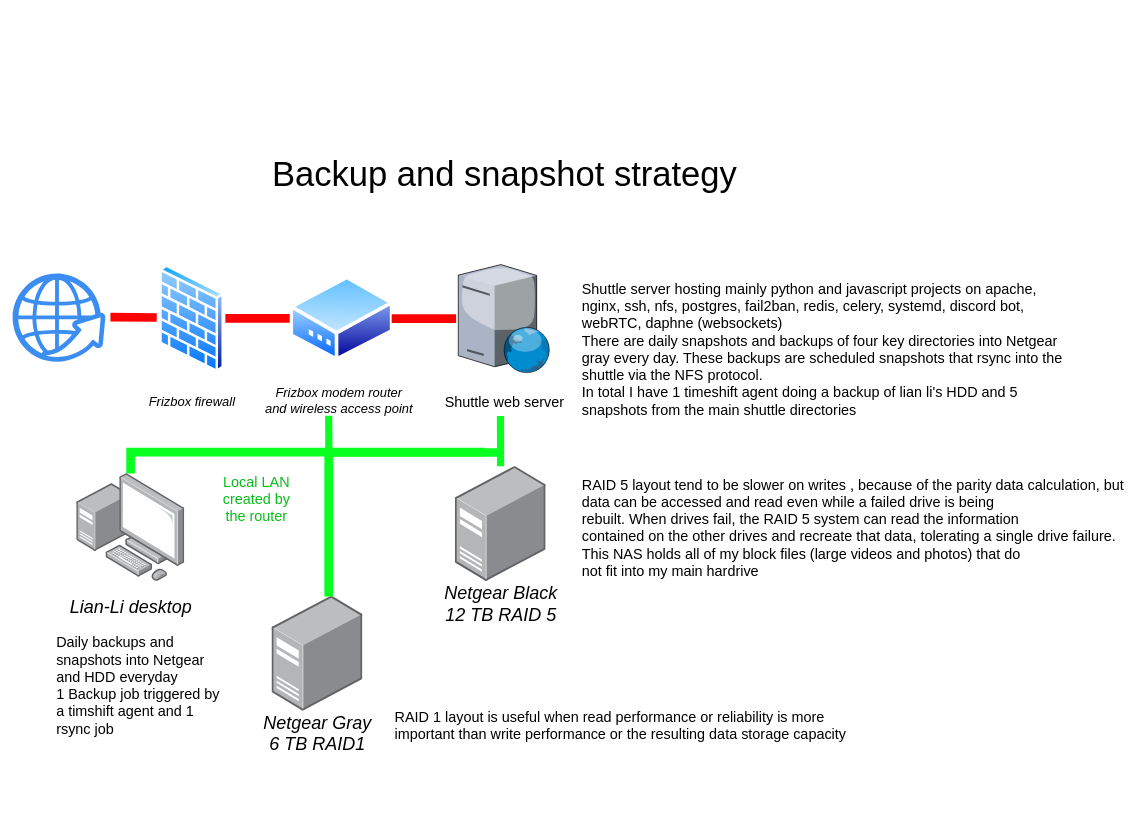
Above: backup strategy.drawio in hupratt/aws-scripting (draw.io), before the change. Source tidied: cells renumbered, new cells numbered last; positions are measured from the earlier drawing's top-left corner, leaving out a move shared by most shapes. Both pictures are drawn from the tidied source at 72%, with x=0, y=0 at pixel (12, 149).
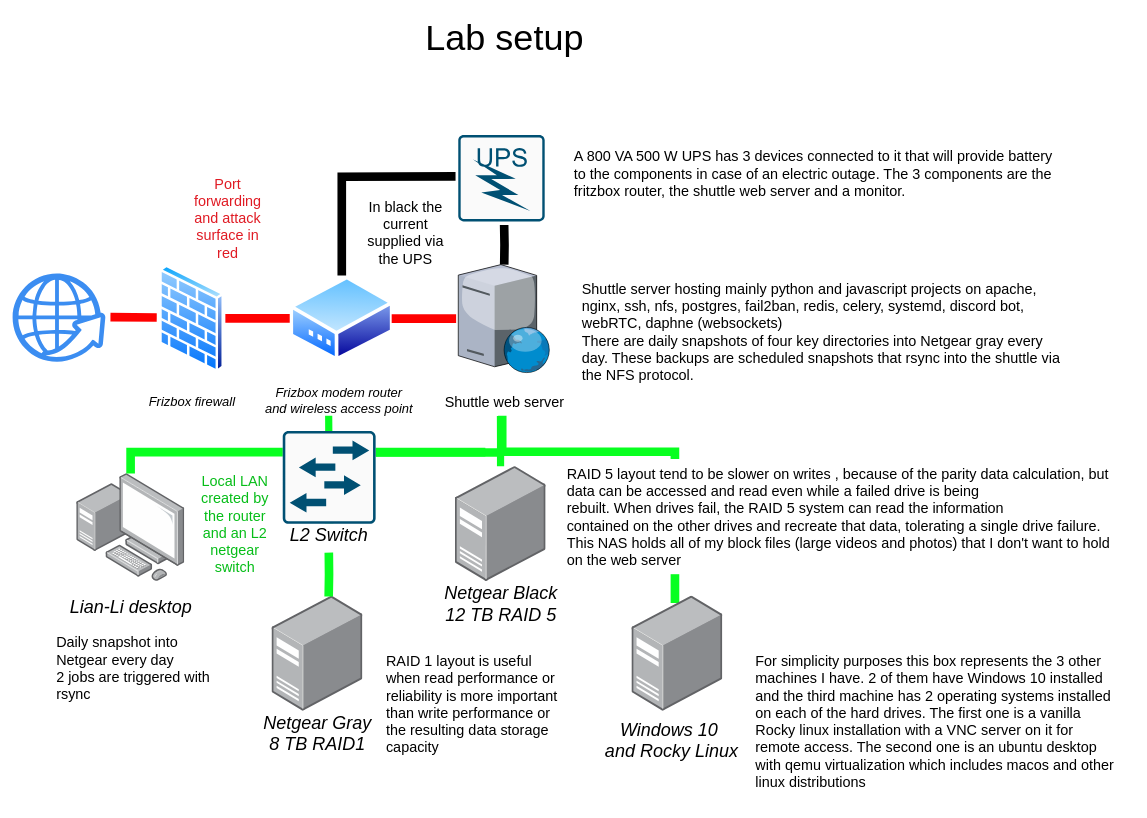
The same diagram, later.

Unchanged cells that the change refers to:
```xml
<mxCell id="7" style="points=[];html=1;align=center;shadow=0;dashed=0;image;image=img/lib/allied_telesis/computer_and_terminals/Personal_Computer_with_Server.svg;fontSize=25;" parent="1" vertex="1">
  <mxGeometry x="88.9" y="450" width="150" height="150" as="geometry" />
</mxCell>
<mxCell id="8" style="verticalLabelPosition=bottom;sketch=0;html=1;verticalAlign=top;strokeColor=none;align=center;outlineConnect=0;shape=mxgraph.citrix.web_server;fontSize=25;" parent="1" vertex="1">
  <mxGeometry x="619" y="160" width="127.5" height="150" as="geometry" />
</mxCell>
<mxCell id="9" style="perimeter=ellipsePerimeter;html=1;align=center;shadow=0;dashed=0;spacingTop=3;image;image=img/lib/active_directory/modem.svg;fontSize=25;" parent="1" vertex="1">
  <mxGeometry x="384.9" y="175" width="144.6" height="120" as="geometry" />
</mxCell>
<mxCell id="15" value="&lt;font style=&quot;font-size: 20px;&quot;&gt;Shuttle web server&lt;/font&gt;" style="text;html=1;align=center;verticalAlign=middle;points=[];strokeColor=none;fillColor=none;" parent="1" vertex="1">
  <mxGeometry x="587.7" y="330" width="190" height="40" as="geometry" />
</mxCell>
```

What changed in the source:
```diff
@@
-    <mxCell id="5" value="&lt;div&gt;&lt;font style=&quot;font-size: 25px;&quot;&gt;&lt;i&gt;&lt;font style=&quot;font-size: 25px;&quot;&gt;Netgear Gray&lt;/font&gt;&lt;/i&gt;&lt;/font&gt;&lt;/div&gt;&lt;div&gt;&lt;font style=&quot;font-size: 25px;&quot;&gt;&lt;i&gt;&lt;font style=&quot;font-size: 25px;&quot;&gt;6 TB RAID1&lt;br&gt;&lt;/font&gt;&lt;/i&gt;&lt;/font&gt;&lt;/div&gt;" style="text;html=1;align=center;verticalAlign=middle;strokeColor=none;fillColor=none;" parent="1" vertex="1">
+    <mxCell id="5" value="&lt;div&gt;&lt;font style=&quot;font-size: 25px;&quot;&gt;&lt;i&gt;&lt;font style=&quot;font-size: 25px;&quot;&gt;Netgear Gray&lt;/font&gt;&lt;/i&gt;&lt;/font&gt;&lt;/div&gt;&lt;div&gt;&lt;font style=&quot;font-size: 25px;&quot;&gt;&lt;i&gt;&lt;font style=&quot;font-size: 25px;&quot;&gt;8 TB RAID1&lt;br&gt;&lt;/font&gt;&lt;/i&gt;&lt;/font&gt;&lt;/div&gt;" style="text;html=1;align=center;verticalAlign=middle;strokeColor=none;fillColor=none;" parent="1" vertex="1">
       <mxGeometry x="338.2" y="770" width="170" height="80" as="geometry" />
     </mxCell>
-    <mxCell id="6" style="edgeStyle=orthogonalEdgeStyle;rounded=0;jettySize=auto;html=1;fontSize=20;strokeWidth=12;strokeColor=#08FF20;endArrow=none;endFill=0;" parent="1" edge="1" source="7" target="18">
-      <mxGeometry relative="1" as="geometry" />
-    </mxCell>
@@
-    <mxCell id="16" value="RAID 5 layout tend to be slower on writes , because of the parity data calculation, but &lt;br&gt;data can be accessed and read even while a failed drive is being &lt;br&gt;rebuilt. When drives fail, the RAID 5 system can read the information &lt;br&gt;contained on the other drives and recreate that data, tolerating a single drive failure.&lt;div&gt;This NAS holds all of my block files (large videos and photos) that do &lt;br&gt;&lt;/div&gt;&lt;div&gt;not fit into my main hardrive&lt;br&gt;&lt;/div&gt;" style="text;html=1;align=left;verticalAlign=middle;fontSize=20;rounded=0;" parent="1" vertex="1">
-      <mxGeometry x="789" y="445" width="770" height="160" as="geometry" />
-    </mxCell>
     <mxCell id="17" value="RAID 1 layout is useful when read performance or reliability is more important than write performance or the resulting data storage capacity" style="text;whiteSpace=wrap;html=1;fontSize=20;" parent="1" vertex="1">
-      <mxGeometry x="529" y="770" width="670.7" height="68" as="geometry" />
+      <mxGeometry x="516.6" y="692" width="251.1" height="192" as="geometry" />
     </mxCell>
-    <mxCell id="18" style="line;strokeWidth=12;dashed=0;labelPosition=right;align=left;verticalAlign=middle;spacingTop=0;spacingLeft=6;points=[];portConstraint=eastwest;rounded=0;sketch=0;fontSize=20;strokeColor=#08FF20;" parent="1" vertex="1">
-      <mxGeometry x="208.9" y="401" width="447.7" height="39" as="geometry" />
-    </mxCell>
-    <mxCell id="19" style="edgeStyle=orthogonalEdgeStyle;rounded=0;orthogonalLoop=1;jettySize=auto;html=1;fontSize=20;strokeWidth=12;strokeColor=#08FF20;endArrow=none;endFill=0;" parent="1" edge="1">
+    <mxCell id="19" style="edgeStyle=orthogonalEdgeStyle;rounded=0;jettySize=auto;html=1;fontSize=20;strokeWidth=12;strokeColor=#08FF20;endArrow=none;endFill=0;" parent="1" edge="1" source="36">
       <mxGeometry relative="1" as="geometry">
-        <mxPoint x="439" y="621" as="sourcePoint" />
         <mxPoint x="679" y="421" as="targetPoint" />
         <Array as="points">
           <mxPoint x="439" y="421" />
         </Array>
       </mxGeometry>
     </mxCell>
@@
-    <mxCell id="22" value="&lt;font color=&quot;#06BD18&quot;&gt;Local LAN created by the router &lt;/font&gt;" style="text;html=1;strokeColor=none;fillColor=none;align=center;verticalAlign=middle;whiteSpace=wrap;rounded=0;fontSize=20;" parent="1" vertex="1">
-      <mxGeometry x="278.9" y="470" width="120" height="30" as="geometry" />
+    <mxCell id="22" value="&lt;font&gt;Local LAN created by the router and an L2 netgear switch &lt;/font&gt;" style="text;html=1;strokeColor=none;fillColor=none;align=center;verticalAlign=middle;whiteSpace=wrap;rounded=0;fontSize=20;fontColor=#06bd18;" parent="1" vertex="1">
+      <mxGeometry x="258.9" y="450" width="100" height="140" as="geometry" />
     </mxCell>
@@
-    <mxCell id="25" style="endArrow=none;html=1;rounded=0;strokeColor=#FF0000;strokeWidth=12;fontSize=20;fontColor=#06BD18;" parent="1" edge="1">
-      <mxGeometry relative="1" as="geometry">
-        <mxPoint x="135.9" y="233" as="sourcePoint" />
-        <mxPoint x="200.2" y="233.5" as="targetPoint" />
-      </mxGeometry>
-    </mxCell>
-    <mxCell id="26" value="Shuttle server hosting mainly python and javascript projects on apache, nginx, ssh, nfs, postgres, fail2ban, redis, celery, systemd, discord bot, webRTC, daphne (websockets)&lt;br&gt;There are daily snapshots and backups of four key directories into Netgear gray every day. These backups are scheduled snapshots that rsync into the shuttle via the NFS protocol.&lt;br&gt;In total I have 1 timeshift agent doing a backup of lian li's HDD and 5 snapshots from the main shuttle directories&lt;br&gt;" style="text;whiteSpace=wrap;html=1;fontSize=20;" parent="1" vertex="1">
+    <mxCell id="26" value="Shuttle server hosting mainly python and javascript projects on apache, nginx, ssh, nfs, postgres, fail2ban, redis, celery, systemd, discord bot, webRTC, daphne (websockets)&lt;br&gt;There are daily snapshots of four key directories into Netgear gray every day. These backups are scheduled snapshots that rsync into the shuttle via the NFS protocol.&lt;br&gt;" style="text;whiteSpace=wrap;html=1;fontSize=20;" parent="1" vertex="1">
       <mxGeometry x="789" y="175" width="670.7" height="169" as="geometry" />
     </mxCell>
-    <mxCell id="27" value="&lt;div&gt;Daily backups and snapshots into Netgear and HDD everyday &lt;br&gt;&lt;/div&gt;&lt;div&gt;1 Backup job triggered by a timshift agent and 1 rsync job&lt;br&gt;&lt;/div&gt;" style="text;whiteSpace=wrap;html=1;fontSize=20;" parent="1" vertex="1">
-      <mxGeometry x="58.9" y="666" width="228.8" height="244" as="geometry" />
+    <mxCell id="27" value="&lt;div&gt;Daily snapshot into Netgear every day&lt;br&gt;&lt;/div&gt;&lt;div&gt;2 jobs are triggered with rsync &lt;br&gt;&lt;/div&gt;" style="text;whiteSpace=wrap;html=1;fontSize=20;" parent="1" vertex="1">
+      <mxGeometry x="58.9" y="666" width="221.1" height="244" as="geometry" />
     </mxCell>
-    <mxCell id="28" value="&lt;font style=&quot;font-size: 48px;&quot; color=&quot;#000000&quot;&gt;Backup and snapshot strategy&lt;/font&gt;" style="text;html=1;align=center;verticalAlign=middle;strokeColor=none;fillColor=none;fontSize=20;fontColor=#06BD18;" parent="1" vertex="1">
-      <mxGeometry x="348.2" width="670" height="70" as="geometry" />
+    <mxCell id="28" value="&lt;font style=&quot;font-size: 50px;&quot; color=&quot;#000000&quot;&gt;Lab setup&lt;/font&gt;&lt;font style=&quot;font-size: 50px;&quot; color=&quot;#000000&quot;&gt;&lt;br&gt;&lt;/font&gt;" style="text;html=1;align=center;verticalAlign=middle;strokeColor=none;fillColor=none;fontSize=20;fontColor=#06BD18;" parent="1" vertex="1">
+      <mxGeometry x="562.7" y="-190" width="240" height="70" as="geometry" />
     </mxCell>
+    <mxCell id="29" style="edgeStyle=orthogonalEdgeStyle;rounded=0;jettySize=auto;html=1;exitX=0.5;exitY=1;exitDx=0;exitDy=0;exitPerimeter=0;strokeWidth=12;endArrow=none;endFill=0;" parent="1" edge="1" target="8">
+      <mxGeometry relative="1" as="geometry">
+        <mxPoint x="682.7" y="105" as="sourcePoint" />
+      </mxGeometry>
+    </mxCell>
+    <mxCell id="30" style="edgeStyle=orthogonalEdgeStyle;rounded=0;jettySize=auto;html=1;entryX=0.5;entryY=0;entryDx=0;entryDy=0;endArrow=none;endFill=0;strokeWidth=12;" parent="1" edge="1" target="9">
+      <mxGeometry relative="1" as="geometry">
+        <mxPoint x="615.2" y="37.5" as="sourcePoint" />
+      </mxGeometry>
+    </mxCell>
+    <mxCell id="31" value="A 800 VA 500 W UPS has 3 devices connected to it that will provide battery to the components in case of an electric outage. The 3 components are the fritzbox router, the shuttle web server and a monitor. " style="text;whiteSpace=wrap;html=1;fontSize=20;" parent="1" vertex="1">
+      <mxGeometry x="777.7" y="-9" width="670.7" height="169" as="geometry" />
+    </mxCell>
+    <mxCell id="32" value="&lt;font color=&quot;#e01b24&quot;&gt;Port forwarding and attack surface in red&lt;br&gt;&lt;/font&gt;" style="text;html=1;strokeColor=none;fillColor=none;align=center;verticalAlign=middle;whiteSpace=wrap;rounded=0;fontSize=20;" parent="1" vertex="1">
+      <mxGeometry x="238.9" y="80" width="120" height="30" as="geometry" />
+    </mxCell>
+    <mxCell id="25" style="endArrow=none;html=1;rounded=0;strokeColor=#FF0000;strokeWidth=12;fontSize=20;fontColor=#06BD18;" parent="1" edge="1">
+      <mxGeometry relative="1" as="geometry">
+        <mxPoint x="135.9" y="233" as="sourcePoint" />
+        <mxPoint x="200.2" y="233.5" as="targetPoint" />
+      </mxGeometry>
+    </mxCell>
+    <mxCell id="18" style="line;strokeWidth=12;dashed=0;labelPosition=right;align=left;verticalAlign=middle;spacingTop=0;spacingLeft=6;points=[];portConstraint=eastwest;rounded=0;sketch=0;fontSize=20;strokeColor=#08FF20;" parent="1" vertex="1">
+      <mxGeometry x="208.9" y="401" width="447.7" height="39" as="geometry" />
+    </mxCell>
+    <mxCell id="6" style="edgeStyle=orthogonalEdgeStyle;rounded=0;jettySize=auto;html=1;fontSize=20;strokeWidth=12;strokeColor=#08FF20;endArrow=none;endFill=0;" parent="1" edge="1" source="7" target="18">
+      <mxGeometry relative="1" as="geometry" />
+    </mxCell>
+    <mxCell id="33" value="In black the current supplied via the UPS" style="text;html=1;strokeColor=none;fillColor=none;align=center;verticalAlign=middle;whiteSpace=wrap;rounded=0;fontSize=20;" parent="1" vertex="1">
+      <mxGeometry x="486.4" y="60" width="120" height="110" as="geometry" />
+    </mxCell>
+    <mxCell id="34" style="edgeStyle=orthogonalEdgeStyle;rounded=0;jettySize=auto;html=1;fontSize=20;strokeWidth=12;strokeColor=#08FF20;endArrow=none;endFill=0;" parent="1" edge="1" source="42" target="36">
+      <mxGeometry relative="1" as="geometry" />
+    </mxCell>
+    <mxCell id="35" style="edgeStyle=orthogonalEdgeStyle;rounded=0;jettySize=auto;html=1;entryX=0.475;entryY=0.063;entryDx=0;entryDy=0;entryPerimeter=0;strokeWidth=12;endArrow=none;endFill=0;strokeColor=#08ff20;" parent="1" edge="1" source="15" target="37">
+      <mxGeometry relative="1" as="geometry">
+        <Array as="points">
+          <mxPoint x="680" y="420" />
+          <mxPoint x="920" y="420" />
+        </Array>
+      </mxGeometry>
+    </mxCell>
+    <mxCell id="36" style="sketch=0;points=[[0.015,0.015,0],[0.985,0.015,0],[0.985,0.985,0],[0.015,0.985,0],[0.25,0,0],[0.5,0,0],[0.75,0,0],[1,0.25,0],[1,0.5,0],[1,0.75,0],[0.75,1,0],[0.5,1,0],[0.25,1,0],[0,0.75,0],[0,0.5,0],[0,0.25,0]];verticalLabelPosition=bottom;html=1;verticalAlign=top;align=center;shape=mxgraph.cisco19.rect;prIcon=l2_switch;fillColor=#FAFAFA;strokeColor=#005073;" parent="1" vertex="1">
+      <mxGeometry x="375.2" y="391" width="129" height="129" as="geometry" />
+    </mxCell>
+    <mxCell id="37" style="points=[];html=1;align=center;shadow=0;dashed=0;image;image=img/lib/allied_telesis/computer_and_terminals/Server_Desktop.svg;" parent="1" vertex="1">
+      <mxGeometry x="860" y="620" width="126.2" height="160" as="geometry" />
+    </mxCell>
+    <mxCell id="16" value="RAID 5 layout tend to be slower on writes , because of the parity data calculation, but &lt;br&gt;data can be accessed and read even while a failed drive is being &lt;br&gt;rebuilt. When drives fail, the RAID 5 system can read the information &lt;br&gt;contained on the other drives and recreate that data, tolerating a single drive failure.&lt;div&gt;This NAS holds all of my block files (large videos and photos) that I don't want to hold &lt;br&gt;&lt;/div&gt;&lt;div&gt;on the web server &lt;br&gt;&lt;/div&gt;" style="text;html=1;align=left;verticalAlign=middle;fontSize=20;rounded=0;fillColor=#FFFFFF;" parent="1" vertex="1">
+      <mxGeometry x="767.7" y="430" width="780" height="160" as="geometry" />
+    </mxCell>
+    <mxCell id="38" value="For simplicity purposes this box represents the 3 other machines I have. 2 of them have Windows 10 installed and the third machine has 2 operating systems installed on each of the hard drives. The first one is a vanilla Rocky linux installation with a VNC server on it for remote access. The second one is an ubuntu desktop with qemu virtualization which includes macos and other linux distributions&amp;nbsp; " style="text;whiteSpace=wrap;html=1;fontSize=20;" parent="1" vertex="1">
+      <mxGeometry x="1030" y="692" width="510" height="220" as="geometry" />
+    </mxCell>
+    <mxCell id="39" value="&lt;div&gt;&lt;font style=&quot;font-size: 25px;&quot;&gt;&lt;i&gt;&lt;font style=&quot;font-size: 25px;&quot;&gt;Windows 10&amp;nbsp;&lt;/font&gt;&lt;/i&gt;&lt;/font&gt;&lt;/div&gt;&lt;div&gt;&lt;font style=&quot;font-size: 25px;&quot;&gt;&lt;i&gt;&lt;font style=&quot;font-size: 25px;&quot;&gt;and Rocky Linux&lt;br&gt;&lt;/font&gt;&lt;/i&gt;&lt;/font&gt;&lt;/div&gt;" style="text;html=1;align=center;verticalAlign=middle;strokeColor=none;fillColor=none;" parent="1" vertex="1">
+      <mxGeometry x="810" y="780" width="210" height="80" as="geometry" />
+    </mxCell>
+    <mxCell id="40" style="sketch=0;verticalLabelPosition=bottom;html=1;verticalAlign=top;align=center;shape=mxgraph.cisco19.rect;prIcon=ups;fillColor=#FAFAFA;strokeColor=#005073;" parent="1" vertex="1">
+      <mxGeometry x="619" y="-20" width="120" height="120" as="geometry" />
+    </mxCell>
+    <mxCell id="41" style="edgeStyle=orthogonalEdgeStyle;rounded=0;jettySize=auto;html=1;fontSize=20;strokeWidth=12;strokeColor=#08FF20;endArrow=none;endFill=0;" parent="1" edge="1" target="42">
+      <mxGeometry relative="1" as="geometry">
+        <mxPoint x="439" y="621" as="sourcePoint" />
+      </mxGeometry>
+    </mxCell>
+    <mxCell id="42" value="&lt;div&gt;&lt;font style=&quot;font-size: 25px;&quot;&gt;&lt;i&gt;&lt;font style=&quot;font-size: 25px;&quot;&gt;L2 Switch&lt;br&gt;&lt;/font&gt;&lt;/i&gt;&lt;/font&gt;&lt;/div&gt;" style="text;html=1;align=center;verticalAlign=middle;points=[];strokeColor=none;fillColor=none;labelBackgroundColor=default;" parent="1" vertex="1">
+      <mxGeometry x="374.2" y="510" width="130" height="50" as="geometry" />
+    </mxCell>
```
